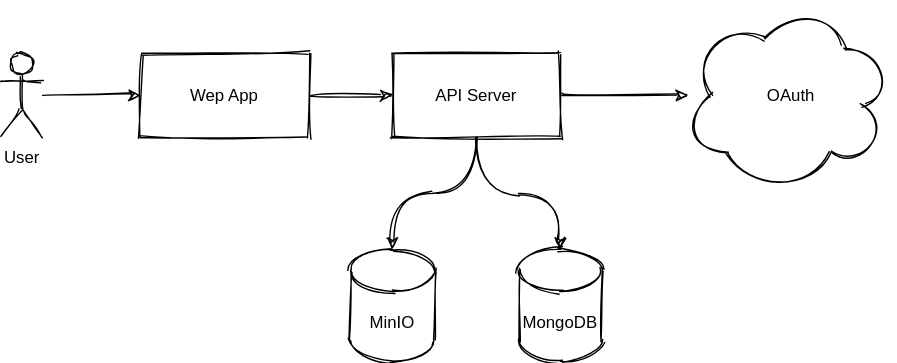
Before: docs/images/archeture.svg, a diagram exported from draw.io (onetop21/Project0303). Source tidied: cells renumbered, new cells last; positions are measured from the earlier drawing's top-left corner, leaving out a move shared by most shapes.
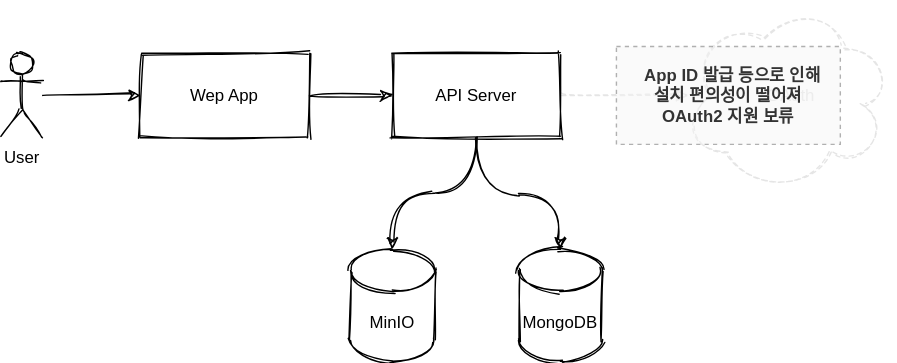
After the commit.

Diff of the diagram source:
```diff
@@ -2,7 +2,7 @@
   <root>
     <mxCell id="0" />
     <mxCell id="1" parent="0" />
-    <mxCell id="2" style="edgeStyle=orthogonalEdgeStyle;rounded=0;jettySize=auto;html=1;flipH=1;shadow=0;sketch=1;curved=1;" parent="1" edge="1" source="8" target="5">
+    <mxCell id="2" style="edgeStyle=orthogonalEdgeStyle;rounded=0;jettySize=auto;html=1;flipH=1;shadow=0;sketch=1;curved=1;dashed=1;opacity=10;labelBorderColor=none;textOpacity=10;" parent="1" edge="1" source="8" target="5">
       <mxGeometry relative="1" as="geometry" />
     </mxCell>
     <mxCell id="3" style="edgeStyle=orthogonalEdgeStyle;curved=1;rounded=0;sketch=1;jettySize=auto;html=1;shadow=0;" parent="1" edge="1" source="5" target="7">
@@ -20,7 +20,7 @@
     <mxCell id="7" value="MongoDB" style="shape=cylinder3;whiteSpace=wrap;html=1;boundedLbl=1;backgroundOutline=1;size=15;flipH=1;shadow=0;sketch=1;" parent="1" vertex="1">
       <mxGeometry x="370" y="177.5" width="60" height="80" as="geometry" />
     </mxCell>
-    <mxCell id="8" value="OAuth" style="ellipse;shape=cloud;whiteSpace=wrap;html=1;flipH=1;shadow=0;sketch=1;" parent="1" vertex="1">
+    <mxCell id="8" value="OAuth" style="ellipse;shape=cloud;whiteSpace=wrap;html=1;flipH=1;shadow=0;sketch=1;dashed=1;opacity=10;labelBorderColor=none;textOpacity=10;" parent="1" vertex="1">
       <mxGeometry x="490" width="150" height="135" as="geometry" />
     </mxCell>
     <mxCell id="9" style="edgeStyle=orthogonalEdgeStyle;curved=1;rounded=0;sketch=1;jettySize=auto;html=1;shadow=0;" parent="1" edge="1" source="10" target="12">
@@ -35,5 +35,8 @@
     <mxCell id="12" value="Wep App" style="rounded=0;whiteSpace=wrap;html=1;flipH=1;shadow=0;sketch=1;" parent="1" vertex="1">
       <mxGeometry x="100" y="37.5" width="120" height="60" as="geometry" />
     </mxCell>
+    <mxCell id="13" value="&amp;nbsp; App ID 발급 등으로 인해 &lt;br&gt;설치 편의성이 떨어져 &lt;br&gt;OAuth2 지원 보류" style="text;html=1;align=center;verticalAlign=middle;whiteSpace=wrap;rounded=0;dashed=1;opacity=50;fontStyle=1;fillColor=#f5f5f5;strokeColor=#666666;fontColor=#333333;" parent="1" vertex="1">
+      <mxGeometry x="440" y="32.5" width="160" height="70" as="geometry" />
+    </mxCell>
   </root>
 </mxGraphModel>
```
